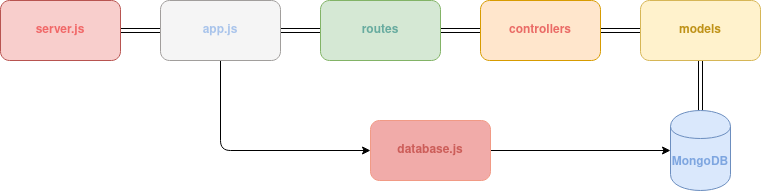
The draw.io diagram img/MUDA.png in botelholarissa/muda, before a commit. Source tidied: cells renumbered, new cells last; positions are measured from the earlier drawing's top-left corner, leaving out a move shared by most shapes.
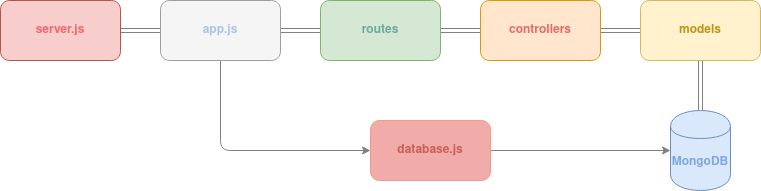
The same file after the commit.

What changed in the source:
```diff
@@ -2,34 +2,34 @@
   <root>
     <mxCell id="0" />
     <mxCell id="1" parent="0" />
-    <mxCell id="2" style="edgeStyle=orthogonalEdgeStyle;jettySize=auto;html=1;shape=link;" parent="1" edge="1" source="3" target="6">
+    <mxCell id="2" style="edgeStyle=orthogonalEdgeStyle;jettySize=auto;html=1;shape=link;strokeColor=#808080;" parent="1" edge="1" source="3" target="6">
       <mxGeometry relative="1" as="geometry" />
     </mxCell>
     <mxCell id="3" value="&lt;b&gt;&lt;font color=&quot;#F16868&quot;&gt;server.js&lt;/font&gt;&lt;/b&gt;" style="whiteSpace=wrap;html=1;fillColor=#f8cecc;strokeColor=#b85450;rounded=1;" parent="1" vertex="1">
       <mxGeometry width="120" height="60" as="geometry" />
     </mxCell>
-    <mxCell id="4" style="edgeStyle=orthogonalEdgeStyle;jettySize=auto;html=1;shape=link;" parent="1" edge="1" source="6" target="8">
+    <mxCell id="4" style="edgeStyle=orthogonalEdgeStyle;jettySize=auto;html=1;shape=link;strokeColor=#808080;" parent="1" edge="1" source="6" target="8">
       <mxGeometry relative="1" as="geometry" />
     </mxCell>
-    <mxCell id="5" style="edgeStyle=orthogonalEdgeStyle;jettySize=auto;html=1;exitX=0.5;exitY=1;exitDx=0;exitDy=0;entryX=0;entryY=0.5;entryDx=0;entryDy=0;" parent="1" edge="1" source="6" target="15">
+    <mxCell id="5" style="edgeStyle=orthogonalEdgeStyle;jettySize=auto;html=1;exitX=0.5;exitY=1;exitDx=0;exitDy=0;entryX=0;entryY=0.5;entryDx=0;entryDy=0;strokeColor=#808080;" parent="1" edge="1" source="6" target="15">
       <mxGeometry relative="1" as="geometry" />
     </mxCell>
     <mxCell id="6" value="&lt;b&gt;&lt;font color=&quot;#A9C4EB&quot;&gt;app.js&lt;/font&gt;&lt;/b&gt;" style="whiteSpace=wrap;html=1;fillColor=#f5f5f5;fontColor=#333333;strokeColor=#A19E9C;rounded=1;" parent="1" vertex="1">
       <mxGeometry x="160" width="120" height="60" as="geometry" />
     </mxCell>
-    <mxCell id="7" style="edgeStyle=orthogonalEdgeStyle;jettySize=auto;html=1;shape=link;" parent="1" edge="1" source="8" target="10">
+    <mxCell id="7" style="edgeStyle=orthogonalEdgeStyle;jettySize=auto;html=1;shape=link;strokeColor=#808080;" parent="1" edge="1" source="8" target="10">
       <mxGeometry relative="1" as="geometry" />
     </mxCell>
     <mxCell id="8" value="&lt;font color=&quot;#67AB9F&quot;&gt;&lt;b&gt;routes&lt;/b&gt;&lt;/font&gt;" style="whiteSpace=wrap;html=1;fillColor=#d5e8d4;strokeColor=#82b366;rounded=1;" parent="1" vertex="1">
       <mxGeometry x="320" width="120" height="60" as="geometry" />
     </mxCell>
-    <mxCell id="9" style="edgeStyle=orthogonalEdgeStyle;jettySize=auto;html=1;shape=link;" parent="1" edge="1" source="10" target="12">
+    <mxCell id="9" style="edgeStyle=orthogonalEdgeStyle;jettySize=auto;html=1;shape=link;strokeColor=#808080;" parent="1" edge="1" source="10" target="12">
       <mxGeometry relative="1" as="geometry" />
     </mxCell>
     <mxCell id="10" value="&lt;b&gt;&lt;font color=&quot;#EA6B66&quot;&gt;controllers&lt;/font&gt;&lt;/b&gt;" style="whiteSpace=wrap;html=1;fillColor=#ffe6cc;strokeColor=#d79b00;rounded=1;" parent="1" vertex="1">
       <mxGeometry x="480" width="120" height="60" as="geometry" />
     </mxCell>
-    <mxCell id="11" style="edgeStyle=orthogonalEdgeStyle;jettySize=auto;html=1;shape=link;" parent="1" edge="1" source="12" target="13">
+    <mxCell id="11" style="edgeStyle=orthogonalEdgeStyle;jettySize=auto;html=1;shape=link;strokeColor=#808080;" parent="1" edge="1" source="12" target="13">
       <mxGeometry relative="1" as="geometry" />
     </mxCell>
     <mxCell id="12" value="&lt;font color=&quot;#BF9217&quot;&gt;&lt;b&gt;models&lt;/b&gt;&lt;/font&gt;" style="whiteSpace=wrap;html=1;fillColor=#fff2cc;strokeColor=#d6b656;rounded=1;" parent="1" vertex="1">
@@ -38,7 +38,7 @@
     <mxCell id="13" value="&lt;b&gt;&lt;font color=&quot;#7EA6E0&quot;&gt;MongoDB&lt;/font&gt;&lt;/b&gt;" style="shape=cylinder;whiteSpace=wrap;html=1;boundedLbl=1;backgroundOutline=1;fillColor=#dae8fc;strokeColor=#6c8ebf;rounded=1;" parent="1" vertex="1">
       <mxGeometry x="670" y="110" width="60" height="80" as="geometry" />
     </mxCell>
-    <mxCell id="14" style="edgeStyle=orthogonalEdgeStyle;jettySize=auto;html=1;" parent="1" edge="1" source="15" target="13">
+    <mxCell id="14" style="edgeStyle=orthogonalEdgeStyle;jettySize=auto;html=1;strokeColor=#808080;" parent="1" edge="1" source="15" target="13">
       <mxGeometry relative="1" as="geometry" />
     </mxCell>
     <mxCell id="15" value="&lt;font color=&quot;#CC5D59&quot;&gt;&lt;b&gt;database.js&lt;/b&gt;&lt;/font&gt;" style="whiteSpace=wrap;html=1;fillColor=#F1ABA9;strokeColor=#F19A85;rounded=1;" parent="1" vertex="1">
```
